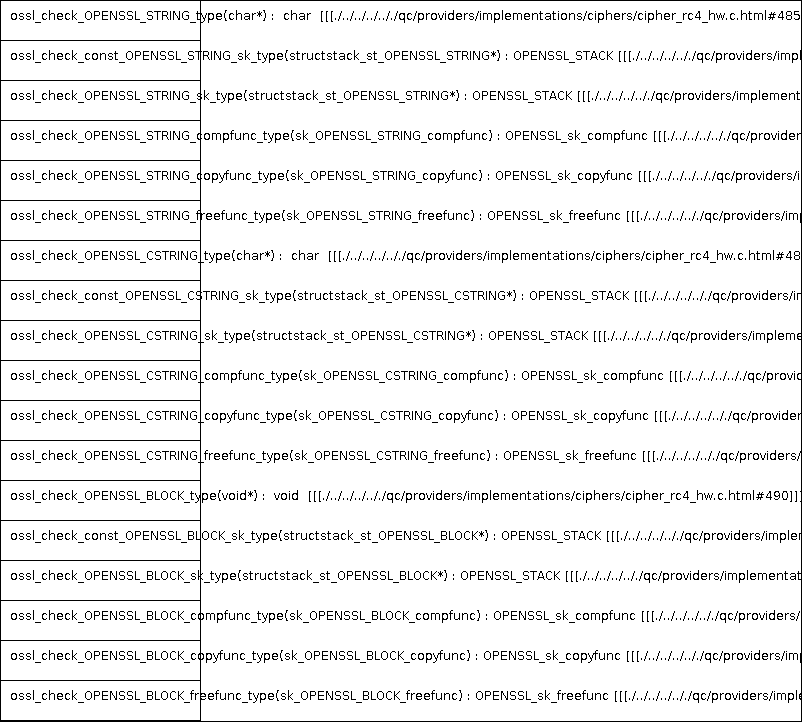
This is docs/qc/providers/implementations/ciphers/cipher_rc4_hw.c.png from qualitesys/openssl, a PlantUML export, as it was before one commit. Its source is kept beside it as docs/qc/providers/implementations/ciphers/cipher_rc4_hw.c.puml. Its diagram source:
```plantuml
@startuml
!pragma layout smetana
class dummy {
ossl_check_OPENSSL_STRING_type(char*) :  char  [[[./../../../.././qc/providers/implementations/ciphers/cipher_rc4_hw.c.html#485]]]
ossl_check_const_OPENSSL_STRING_sk_type(structstack_st_OPENSSL_STRING*) : OPENSSL_STACK [[[./../../../.././qc/providers/implementations/ciphers/cipher_rc4_hw.c.html#485]]]
ossl_check_OPENSSL_STRING_sk_type(structstack_st_OPENSSL_STRING*) : OPENSSL_STACK [[[./../../../.././qc/providers/implementations/ciphers/cipher_rc4_hw.c.html#485]]]
ossl_check_OPENSSL_STRING_compfunc_type(sk_OPENSSL_STRING_compfunc) : OPENSSL_sk_compfunc [[[./../../../.././qc/providers/implementations/ciphers/cipher_rc4_hw.c.html#485]]]
ossl_check_OPENSSL_STRING_copyfunc_type(sk_OPENSSL_STRING_copyfunc) : OPENSSL_sk_copyfunc [[[./../../../.././qc/providers/implementations/ciphers/cipher_rc4_hw.c.html#485]]]
ossl_check_OPENSSL_STRING_freefunc_type(sk_OPENSSL_STRING_freefunc) : OPENSSL_sk_freefunc [[[./../../../.././qc/providers/implementations/ciphers/cipher_rc4_hw.c.html#485]]]
ossl_check_OPENSSL_CSTRING_type(char*) :  char  [[[./../../../.././qc/providers/implementations/ciphers/cipher_rc4_hw.c.html#487]]]
ossl_check_const_OPENSSL_CSTRING_sk_type(structstack_st_OPENSSL_CSTRING*) : OPENSSL_STACK [[[./../../../.././qc/providers/implementations/ciphers/cipher_rc4_hw.c.html#487]]]
ossl_check_OPENSSL_CSTRING_sk_type(structstack_st_OPENSSL_CSTRING*) : OPENSSL_STACK [[[./../../../.././qc/providers/implementations/ciphers/cipher_rc4_hw.c.html#487]]]
ossl_check_OPENSSL_CSTRING_compfunc_type(sk_OPENSSL_CSTRING_compfunc) : OPENSSL_sk_compfunc [[[./../../../.././qc/providers/implementations/ciphers/cipher_rc4_hw.c.html#487]]]
ossl_check_OPENSSL_CSTRING_copyfunc_type(sk_OPENSSL_CSTRING_copyfunc) : OPENSSL_sk_copyfunc [[[./../../../.././qc/providers/implementations/ciphers/cipher_rc4_hw.c.html#487]]]
ossl_check_OPENSSL_CSTRING_freefunc_type(sk_OPENSSL_CSTRING_freefunc) : OPENSSL_sk_freefunc [[[./../../../.././qc/providers/implementations/ciphers/cipher_rc4_hw.c.html#487]]]
ossl_check_OPENSSL_BLOCK_type(void*) :  void  [[[./../../../.././qc/providers/implementations/ciphers/cipher_rc4_hw.c.html#490]]]
ossl_check_const_OPENSSL_BLOCK_sk_type(structstack_st_OPENSSL_BLOCK*) : OPENSSL_STACK [[[./../../../.././qc/providers/implementations/ciphers/cipher_rc4_hw.c.html#490]]]
ossl_check_OPENSSL_BLOCK_sk_type(structstack_st_OPENSSL_BLOCK*) : OPENSSL_STACK [[[./../../../.././qc/providers/implementations/ciphers/cipher_rc4_hw.c.html#490]]]
ossl_check_OPENSSL_BLOCK_compfunc_type(sk_OPENSSL_BLOCK_compfunc) : OPENSSL_sk_compfunc [[[./../../../.././qc/providers/implementations/ciphers/cipher_rc4_hw.c.html#490]]]
ossl_check_OPENSSL_BLOCK_copyfunc_type(sk_OPENSSL_BLOCK_copyfunc) : OPENSSL_sk_copyfunc [[[./../../../.././qc/providers/implementations/ciphers/cipher_rc4_hw.c.html#490]]]
ossl_check_OPENSSL_BLOCK_freefunc_type(sk_OPENSSL_BLOCK_freefunc) : OPENSSL_sk_freefunc [[[./../../../.././qc/providers/implementations/ciphers/cipher_rc4_hw.c.html#490]]]
}
@enduml
```
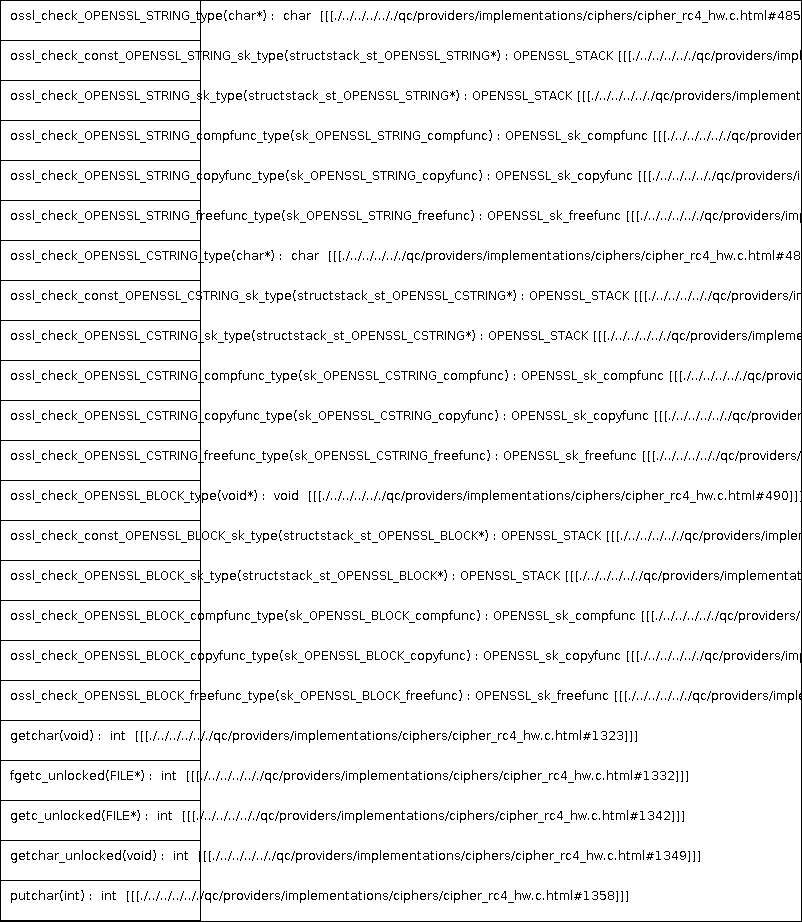
Later version of the same file.

Diff of the diagram source:
```diff
@@ -19,5 +19,10 @@
 ossl_check_OPENSSL_BLOCK_compfunc_type(sk_OPENSSL_BLOCK_compfunc) : OPENSSL_sk_compfunc [[[./../../../.././qc/providers/implementations/ciphers/cipher_rc4_hw.c.html#490]]]
 ossl_check_OPENSSL_BLOCK_copyfunc_type(sk_OPENSSL_BLOCK_copyfunc) : OPENSSL_sk_copyfunc [[[./../../../.././qc/providers/implementations/ciphers/cipher_rc4_hw.c.html#490]]]
 ossl_check_OPENSSL_BLOCK_freefunc_type(sk_OPENSSL_BLOCK_freefunc) : OPENSSL_sk_freefunc [[[./../../../.././qc/providers/implementations/ciphers/cipher_rc4_hw.c.html#490]]]
+getchar(void) :  int  [[[./../../../.././qc/providers/implementations/ciphers/cipher_rc4_hw.c.html#1323]]]
+fgetc_unlocked(FILE*) :  int  [[[./../../../.././qc/providers/implementations/ciphers/cipher_rc4_hw.c.html#1332]]]
+getc_unlocked(FILE*) :  int  [[[./../../../.././qc/providers/implementations/ciphers/cipher_rc4_hw.c.html#1342]]]
+getchar_unlocked(void) :  int  [[[./../../../.././qc/providers/implementations/ciphers/cipher_rc4_hw.c.html#1349]]]
+putchar(int) :  int  [[[./../../../.././qc/providers/implementations/ciphers/cipher_rc4_hw.c.html#1358]]]
 }
 @enduml
```
